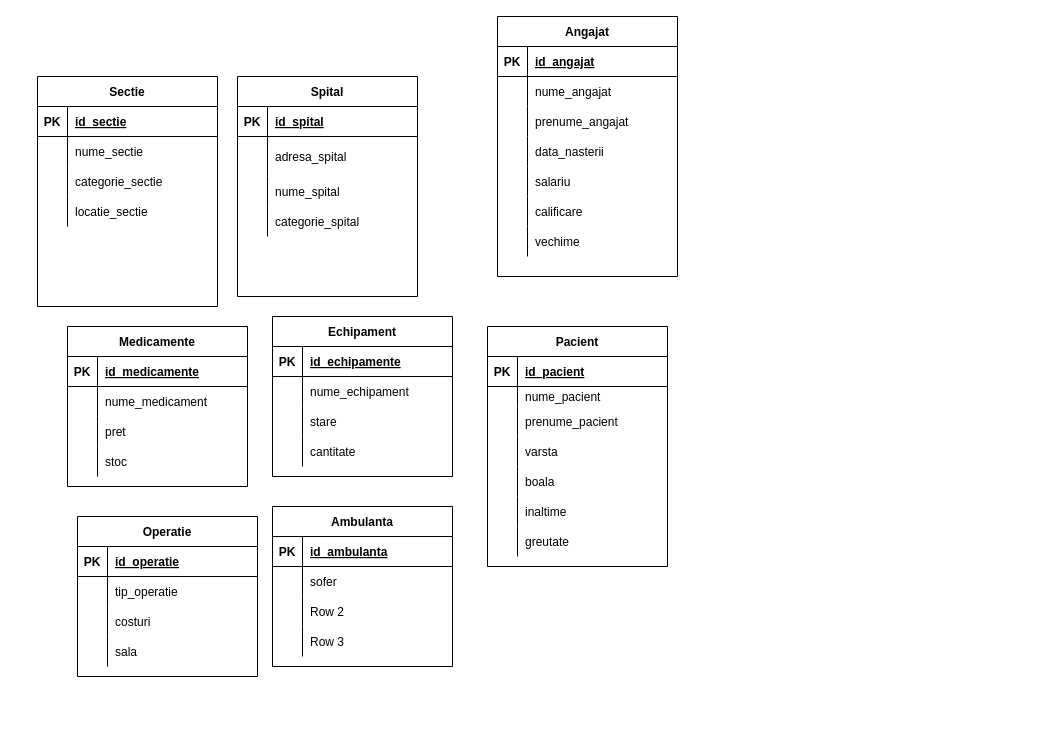
The draw.io diagram Untitled Diagram.drawio in AbuniAndrei97/wickeds, before the edit. Source tidied: cells renumbered, new cells numbered last; positions are measured from the earlier drawing's top-left corner, leaving out a move shared by most shapes. Both pictures are drawn from the tidied source at 100%, with x=0, y=0 at pixel (37, 16).
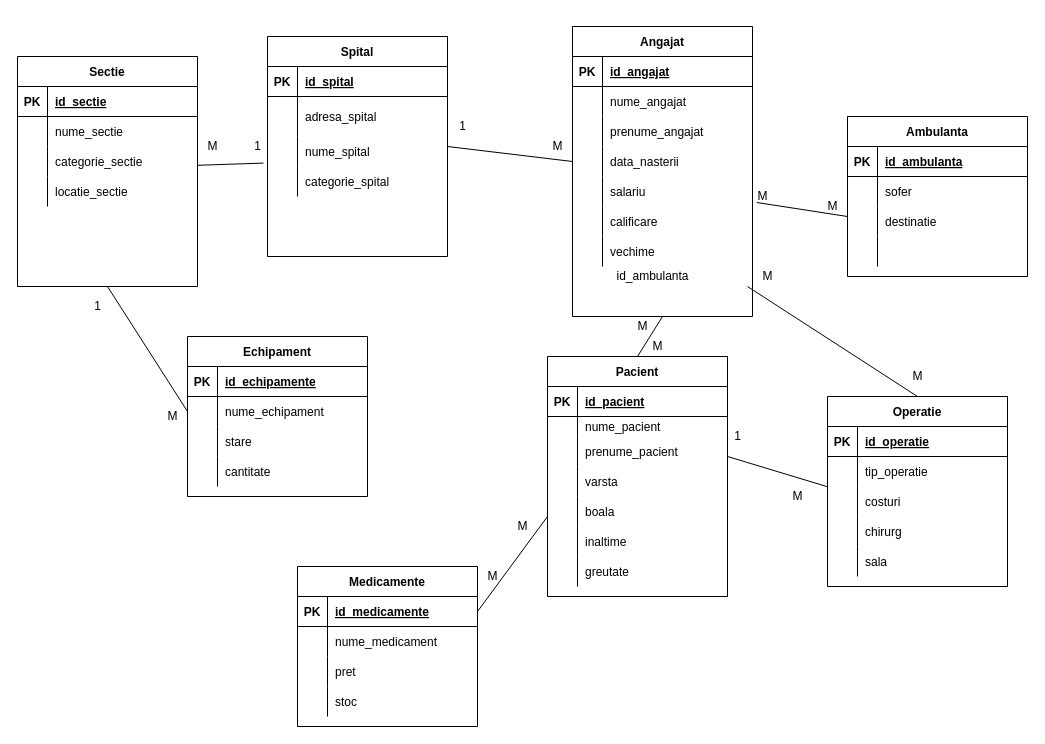
After the change.

The change refers to these unchanged cells:
```xml
<mxCell id="9" style="shape=partialRectangle;fillColor=none;top=0;left=0;bottom=0;right=0;points=[[0,0.5],[1,0.5]];portConstraint=eastwest;" parent="2" vertex="1">
  <mxGeometry y="100" width="180" height="30" as="geometry" />
</mxCell>
<mxCell id="25" style="shape=partialRectangle;fillColor=none;top=0;left=0;bottom=0;right=0;points=[[0,0.5],[1,0.5]];portConstraint=eastwest;" parent="15" vertex="1">
  <mxGeometry y="120" width="180" height="30" as="geometry" />
</mxCell>
<mxCell id="31" style="shape=partialRectangle;fillColor=none;top=0;left=0;bottom=0;right=0;points=[[0,0.5],[1,0.5]];portConstraint=eastwest;" parent="15" vertex="1">
  <mxGeometry y="180" width="180" height="30" as="geometry" />
</mxCell>
<mxCell id="73" style="shape=partialRectangle;fillColor=none;top=0;left=0;bottom=1;right=0;points=[[0,0.5],[1,0.5]];portConstraint=eastwest;" parent="72" vertex="1">
  <mxGeometry y="30" width="180" height="30" as="geometry" />
</mxCell>
<mxCell id="89" style="shape=partialRectangle;fillColor=none;top=0;left=0;bottom=0;right=0;points=[[0,0.5],[1,0.5]];portConstraint=eastwest;" parent="85" vertex="1">
  <mxGeometry y="60" width="180" height="30" as="geometry" />
</mxCell>
<mxCell id="105" style="shape=partialRectangle;fillColor=none;top=0;left=0;bottom=0;right=0;points=[[0,0.5],[1,0.5]];portConstraint=eastwest;" parent="98" vertex="1">
  <mxGeometry y="90" width="180" height="30" as="geometry" />
</mxCell>
<mxCell id="118" style="shape=partialRectangle;fillColor=none;top=0;left=0;bottom=0;right=0;" parent="111" vertex="1">
  <mxGeometry y="90" width="180" height="30" as="geometry" />
</mxCell>
<mxCell id="121" style="shape=partialRectangle;fillColor=none;top=0;left=0;bottom=0;right=0;" parent="111" vertex="1">
  <mxGeometry y="120" width="180" height="30" as="geometry" />
</mxCell>
```

The edit, as a diff of the source:
```diff
@@
     <mxCell id="2" value="Spital" style="shape=table;startSize=30;childLayout=tableLayout;rowLines=0;fontStyle=1;align=center;" parent="1" vertex="1">
-      <mxGeometry x="200" y="60" width="180" height="220" as="geometry" />
+      <mxGeometry x="230" y="20" width="180" height="220" as="geometry" />
     </mxCell>
@@
     <mxCell id="15" value="Angajat" style="shape=table;startSize=30;childLayout=tableLayout;rowLines=0;fontStyle=1;align=center;" parent="1" vertex="1">
-      <mxGeometry x="460" width="180" height="260" as="geometry" />
+      <mxGeometry x="535" y="10" width="180" height="290" as="geometry" />
     </mxCell>
@@
     <mxCell id="37" value="Pacient" style="shape=table;startSize=30;childLayout=tableLayout;rowLines=0;fontStyle=1;align=center;" parent="1" vertex="1">
-      <mxGeometry x="450" y="310" width="180" height="240" as="geometry" />
+      <mxGeometry x="510" y="340" width="180" height="240" as="geometry" />
     </mxCell>
@@
     <mxCell id="59" value="Sectie" style="shape=table;startSize=30;childLayout=tableLayout;rowLines=0;fontStyle=1;align=center;" parent="1" vertex="1">
-      <mxGeometry y="60" width="180" height="230" as="geometry" />
+      <mxGeometry x="-20" y="40" width="180" height="230" as="geometry" />
     </mxCell>
@@
     <mxCell id="72" value="Medicamente" style="shape=table;startSize=30;childLayout=tableLayout;rowLines=0;fontStyle=1;align=center;" parent="1" vertex="1">
-      <mxGeometry x="30" y="310" width="180" height="160" as="geometry" />
+      <mxGeometry x="260" y="550" width="180" height="160" as="geometry" />
     </mxCell>
@@
     <mxCell id="85" value="Echipament" style="shape=table;startSize=30;childLayout=tableLayout;rowLines=0;fontStyle=1;align=center;" parent="1" vertex="1">
-      <mxGeometry x="235" y="300" width="180" height="160" as="geometry" />
+      <mxGeometry x="150" y="320" width="180" height="160" as="geometry" />
     </mxCell>
@@
     <mxCell id="98" value="Operatie" style="shape=table;startSize=30;childLayout=tableLayout;rowLines=0;fontStyle=1;align=center;" parent="1" vertex="1">
-      <mxGeometry x="40" y="500" width="180" height="160" as="geometry" />
+      <mxGeometry x="790" y="380" width="180" height="190" as="geometry" />
     </mxCell>
@@
+    <mxCell id="124" style="shape=partialRectangle;fillColor=none;top=0;left=0;bottom=0;right=0;" parent="98" vertex="1">
+      <mxGeometry y="120" width="180" height="30" as="geometry" />
+    </mxCell>
+    <mxCell id="125" style="shape=partialRectangle;fillColor=none;top=0;left=0;bottom=0;right=0;overflow=hidden;" parent="124" vertex="1">
+      <mxGeometry width="30" height="30" as="geometry" />
+    </mxCell>
+    <mxCell id="126" value="chirurg" style="shape=partialRectangle;fillColor=none;top=0;left=0;bottom=0;right=0;align=left;spacingLeft=6;overflow=hidden;" parent="124" vertex="1">
+      <mxGeometry x="30" width="150" height="30" as="geometry" />
+    </mxCell>
     <mxCell id="108" style="shape=partialRectangle;fillColor=none;top=0;left=0;bottom=0;right=0;" parent="98" vertex="1">
-      <mxGeometry y="120" width="180" height="30" as="geometry" />
+      <mxGeometry y="150" width="180" height="30" as="geometry" />
     </mxCell>
@@
     <mxCell id="111" value="Ambulanta" style="shape=table;startSize=30;childLayout=tableLayout;rowLines=0;fontStyle=1;align=center;" parent="1" vertex="1">
-      <mxGeometry x="235" y="490" width="180" height="160" as="geometry" />
+      <mxGeometry x="810" y="100" width="180" height="160" as="geometry" />
     </mxCell>
@@
-    <mxCell id="120" value="Row 2" style="shape=partialRectangle;fillColor=none;top=0;left=0;bottom=0;right=0;align=left;spacingLeft=6;overflow=hidden;" parent="118" vertex="1">
+    <mxCell id="120" value="destinatie" style="shape=partialRectangle;fillColor=none;top=0;left=0;bottom=0;right=0;align=left;spacingLeft=6;overflow=hidden;" parent="118" vertex="1">
       <mxGeometry x="30" width="150" height="30" as="geometry" />
     </mxCell>
@@
-    <mxCell id="123" value="Row 3" style="shape=partialRectangle;fillColor=none;top=0;left=0;bottom=0;right=0;align=left;spacingLeft=6;overflow=hidden;" parent="121" vertex="1">
+    <mxCell id="123" style="shape=partialRectangle;fillColor=none;top=0;left=0;bottom=0;right=0;align=left;spacingLeft=6;overflow=hidden;" parent="121" vertex="1">
       <mxGeometry x="30" width="150" height="30" as="geometry" />
     </mxCell>
+    <mxCell id="127" style="endArrow=none;html=1;rounded=0;entryX=0;entryY=0.5;entryDx=0;entryDy=0;" parent="1" edge="1" target="25">
+      <mxGeometry relative="1" as="geometry">
+        <mxPoint x="410" y="130" as="sourcePoint" />
+      </mxGeometry>
+    </mxCell>
+    <mxCell id="128" value="1" style="text;html=1;align=center;verticalAlign=middle;strokeColor=none;" parent="1" vertex="1">
+      <mxGeometry x="415" y="100" width="20" height="20" as="geometry" />
+    </mxCell>
+    <mxCell id="129" value="M" style="text;html=1;align=center;verticalAlign=middle;strokeColor=none;" parent="1" vertex="1">
+      <mxGeometry x="505" y="120" width="30" height="20" as="geometry" />
+    </mxCell>
+    <mxCell id="130" style="endArrow=none;html=1;rounded=0;exitX=1;exitY=0.5;exitDx=0;exitDy=0;" parent="1" edge="1" source="73">
+      <mxGeometry relative="1" as="geometry">
+        <mxPoint x="510" y="500" as="targetPoint" />
+      </mxGeometry>
+    </mxCell>
+    <mxCell id="131" style="endArrow=none;html=1;rounded=0;entryX=0.5;entryY=0;entryDx=0;entryDy=0;exitX=0.5;exitY=1;exitDx=0;exitDy=0;" parent="1" edge="1" source="15" target="37">
+      <mxGeometry relative="1" as="geometry" />
+    </mxCell>
+    <mxCell id="132" value="M" style="text;html=1;align=center;verticalAlign=middle;strokeColor=none;" parent="1" vertex="1">
+      <mxGeometry x="590" y="300" width="30" height="20" as="geometry" />
+    </mxCell>
+    <mxCell id="133" value="M" style="text;html=1;align=center;verticalAlign=middle;strokeColor=none;" parent="1" vertex="1">
+      <mxGeometry x="605" y="320" width="30" height="20" as="geometry" />
+    </mxCell>
+    <mxCell id="134" value="M" style="text;html=1;align=center;verticalAlign=middle;strokeColor=none;" parent="1" vertex="1">
+      <mxGeometry x="470" y="500" width="30" height="20" as="geometry" />
+    </mxCell>
+    <mxCell id="135" value="M" style="text;html=1;align=center;verticalAlign=middle;strokeColor=none;" parent="1" vertex="1">
+      <mxGeometry x="440" y="550" width="30" height="20" as="geometry" />
+    </mxCell>
+    <mxCell id="136" style="endArrow=none;html=1;rounded=0;exitX=1.024;exitY=-0.133;exitDx=0;exitDy=0;exitPerimeter=0;" parent="1" edge="1" source="31">
+      <mxGeometry relative="1" as="geometry">
+        <mxPoint x="810" y="200" as="targetPoint" />
+      </mxGeometry>
+    </mxCell>
+    <mxCell id="137" value="M" style="text;html=1;align=center;verticalAlign=middle;strokeColor=none;" parent="1" vertex="1">
+      <mxGeometry x="710" y="170" width="30" height="20" as="geometry" />
+    </mxCell>
+    <mxCell id="138" value="M" style="text;html=1;align=center;verticalAlign=middle;strokeColor=none;" parent="1" vertex="1">
+      <mxGeometry x="780" y="180" width="30" height="20" as="geometry" />
+    </mxCell>
+    <mxCell id="139" style="endArrow=none;html=1;rounded=0;exitX=0.5;exitY=1;exitDx=0;exitDy=0;entryX=0;entryY=0.5;entryDx=0;entryDy=0;" parent="1" edge="1" source="59" target="89">
+      <mxGeometry relative="1" as="geometry" />
+    </mxCell>
+    <mxCell id="140" value="1" style="text;html=1;align=center;verticalAlign=middle;strokeColor=none;" parent="1" vertex="1">
+      <mxGeometry x="50" y="280" width="20" height="20" as="geometry" />
+    </mxCell>
+    <mxCell id="141" value="M" style="text;html=1;align=center;verticalAlign=middle;strokeColor=none;" parent="1" vertex="1">
+      <mxGeometry x="120" y="390" width="30" height="20" as="geometry" />
+    </mxCell>
+    <mxCell id="142" style="endArrow=none;html=1;rounded=0;entryX=-0.022;entryY=0.886;entryDx=0;entryDy=0;entryPerimeter=0;" parent="1" edge="1" target="9">
+      <mxGeometry relative="1" as="geometry">
+        <mxPoint x="160" y="148.8" as="sourcePoint" />
+      </mxGeometry>
+    </mxCell>
+    <mxCell id="143" value="1" style="text;html=1;align=center;verticalAlign=middle;strokeColor=none;" parent="1" vertex="1">
+      <mxGeometry x="210" y="120" width="20" height="20" as="geometry" />
+    </mxCell>
+    <mxCell id="144" value="M" style="text;html=1;align=center;verticalAlign=middle;strokeColor=none;" parent="1" vertex="1">
+      <mxGeometry x="160" y="120" width="30" height="20" as="geometry" />
+    </mxCell>
+    <mxCell id="145" style="endArrow=none;html=1;rounded=0;entryX=-0.002;entryY=0.004;entryDx=0;entryDy=0;entryPerimeter=0;" parent="1" edge="1" target="105">
+      <mxGeometry relative="1" as="geometry">
+        <mxPoint x="690" y="440" as="sourcePoint" />
+      </mxGeometry>
+    </mxCell>
+    <mxCell id="146" style="endArrow=none;html=1;rounded=0;entryX=0.5;entryY=0;entryDx=0;entryDy=0;" parent="1" edge="1" target="98">
+      <mxGeometry relative="1" as="geometry">
+        <mxPoint x="710" y="270" as="sourcePoint" />
+      </mxGeometry>
+    </mxCell>
+    <mxCell id="147" value="1" style="text;html=1;align=center;verticalAlign=middle;strokeColor=none;" parent="1" vertex="1">
+      <mxGeometry x="690" y="410" width="20" height="20" as="geometry" />
+    </mxCell>
+    <mxCell id="148" value="M" style="text;html=1;align=center;verticalAlign=middle;strokeColor=none;" parent="1" vertex="1">
+      <mxGeometry x="745" y="470" width="30" height="20" as="geometry" />
+    </mxCell>
+    <mxCell id="149" value="M" style="text;html=1;align=center;verticalAlign=middle;strokeColor=none;" parent="1" vertex="1">
+      <mxGeometry x="865" y="350" width="30" height="20" as="geometry" />
+    </mxCell>
+    <mxCell id="150" value="M" style="text;html=1;align=center;verticalAlign=middle;strokeColor=none;" parent="1" vertex="1">
+      <mxGeometry x="715" y="250" width="30" height="20" as="geometry" />
+    </mxCell>
+    <mxCell id="151" value="id_ambulanta" style="text;html=1;align=center;verticalAlign=middle;strokeColor=none;" parent="1" vertex="1">
+      <mxGeometry x="570" y="250" width="90" height="20" as="geometry" />
+    </mxCell>
```
